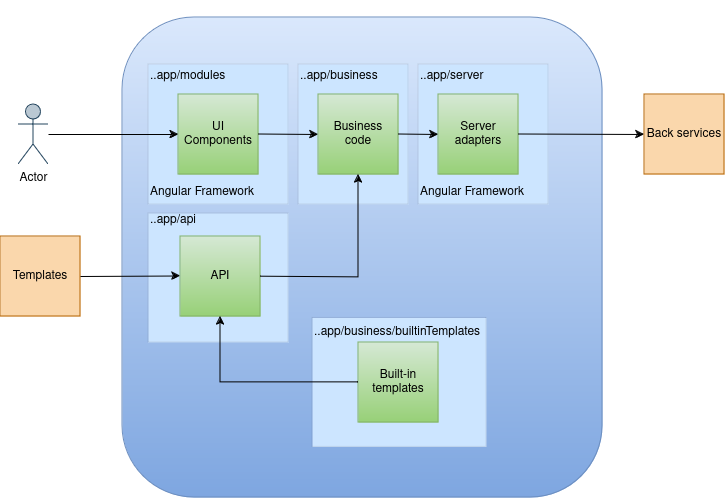
This is documentation/archives/SNAPSHOT/images/SoftwareArchitecture-UI.png from opfab/opfab.github.io, a draw.io export, as it was before one commit. Source tidied: cells renumbered, new cells last; positions are measured from the earlier drawing's top-left corner, leaving out a move shared by most shapes. Source of this version:
```xml
<mxGraphModel>
  <root>
    <mxCell id="0" />
    <mxCell id="1" parent="0" />
    <mxCell id="2" value="&lt;div align=&quot;right&quot;&gt;&lt;br&gt;&lt;/div&gt;" style="whiteSpace=wrap;html=1;labelPosition=center;verticalLabelPosition=top;align=center;verticalAlign=bottom;fillColor=#dae8fc;strokeColor=#6c8ebf;rounded=1;gradientColor=#7ea6e0;" parent="1" vertex="1">
      <mxGeometry x="122" width="480" height="480" as="geometry" />
    </mxCell>
    <mxCell id="3" value="&lt;div&gt;..app/business/builtinTemplates&lt;/div&gt;&lt;div&gt;&lt;br&gt;&lt;/div&gt;&lt;div&gt;&lt;br&gt;&lt;/div&gt;&lt;div&gt;&lt;br&gt;&lt;/div&gt;&lt;div&gt;&lt;br&gt;&lt;/div&gt;&lt;div&gt;&lt;br&gt;&lt;/div&gt;&lt;div&gt;&lt;br&gt;&lt;/div&gt;&lt;div&gt;&lt;br&gt;&lt;/div&gt;" style="rounded=0;whiteSpace=wrap;html=1;fillColor=#cce5ff;strokeWidth=0;strokeColor=#36393d;align=left;" parent="1" vertex="1">
      <mxGeometry x="312" y="300.5" width="174" height="129" as="geometry" />
    </mxCell>
    <mxCell id="4" value="&lt;div&gt;..app/api &lt;br&gt;&lt;/div&gt;&lt;div&gt;&lt;br&gt;&lt;/div&gt;&lt;div&gt;&lt;br&gt;&lt;/div&gt;&lt;div&gt;&lt;br&gt;&lt;/div&gt;&lt;div&gt;&lt;br&gt;&lt;/div&gt;&lt;div&gt;&lt;br&gt;&lt;/div&gt;&lt;div&gt;&lt;br&gt;&lt;/div&gt;&lt;div&gt;&lt;br&gt;&lt;/div&gt;&lt;div&gt;&lt;br&gt;&lt;/div&gt;" style="rounded=0;whiteSpace=wrap;html=1;fillColor=#cce5ff;strokeWidth=0;strokeColor=#36393d;align=left;" parent="1" vertex="1">
      <mxGeometry x="148" y="196" width="140" height="129" as="geometry" />
    </mxCell>
    <mxCell id="5" value="&lt;div&gt;..app/business &lt;br&gt;&lt;/div&gt;&lt;div&gt;&lt;br&gt;&lt;/div&gt;&lt;div&gt;&lt;br&gt;&lt;/div&gt;&lt;div&gt;&lt;br&gt;&lt;/div&gt;&lt;div&gt;&lt;br&gt;&lt;/div&gt;&lt;div&gt;&lt;br&gt;&lt;/div&gt;&lt;div&gt;&lt;br&gt;&lt;/div&gt;&lt;div&gt;&lt;br&gt;&lt;/div&gt;&lt;div&gt;&lt;br&gt;&lt;/div&gt;" style="rounded=0;whiteSpace=wrap;html=1;fillColor=#cce5ff;strokeWidth=0;strokeColor=#36393d;align=left;" parent="1" vertex="1">
      <mxGeometry x="298" y="47" width="110" height="140" as="geometry" />
    </mxCell>
    <mxCell id="6" value="&lt;div&gt;..app/server &lt;br&gt;&lt;/div&gt;&lt;div&gt;&lt;br&gt;&lt;/div&gt;&lt;div&gt;&lt;br&gt;&lt;/div&gt;&lt;div&gt;&lt;br&gt;&lt;/div&gt;&lt;div&gt;&lt;br&gt;&lt;/div&gt;&lt;div&gt;&lt;br&gt;&lt;/div&gt;&lt;div&gt;&lt;br&gt;&lt;/div&gt;&lt;div&gt;&lt;br&gt;&lt;/div&gt;&lt;div&gt;Angular Framework&lt;/div&gt;" style="rounded=0;whiteSpace=wrap;html=1;fillColor=#cce5ff;strokeWidth=0;strokeColor=#36393d;align=left;" parent="1" vertex="1">
      <mxGeometry x="418" y="47" width="130" height="140" as="geometry" />
    </mxCell>
    <mxCell id="7" value="&lt;div&gt;..app/modules &lt;br&gt;&lt;/div&gt;&lt;div&gt;&lt;br&gt;&lt;/div&gt;&lt;div&gt;&lt;br&gt;&lt;/div&gt;&lt;div&gt;&lt;br&gt;&lt;/div&gt;&lt;div&gt;&lt;br&gt;&lt;/div&gt;&lt;div&gt;&lt;br&gt;&lt;/div&gt;&lt;div&gt;&lt;br&gt;&lt;/div&gt;&lt;div&gt;&lt;br&gt;&lt;/div&gt;&lt;div&gt;Angular Framework&lt;/div&gt;" style="rounded=0;whiteSpace=wrap;html=1;fillColor=#cce5ff;strokeWidth=0;strokeColor=#36393d;align=left;" parent="1" vertex="1">
      <mxGeometry x="148" y="47" width="140" height="140" as="geometry" />
    </mxCell>
    <mxCell id="8" value="Business code" style="whiteSpace=wrap;html=1;fillColor=#d5e8d4;strokeColor=#82b366;gradientColor=#97d077;" parent="1" vertex="1">
      <mxGeometry x="318" y="77" width="80" height="80" as="geometry" />
    </mxCell>
    <mxCell id="9" value="&lt;div&gt;Server adapters&lt;/div&gt;" style="whiteSpace=wrap;html=1;fillColor=#d5e8d4;strokeColor=#82b366;gradientColor=#97d077;" parent="1" vertex="1">
      <mxGeometry x="438" y="77" width="80" height="80" as="geometry" />
    </mxCell>
    <mxCell id="10" value="Back services" style="whiteSpace=wrap;html=1;fillColor=#fad7ac;strokeColor=#b46504;" parent="1" vertex="1">
      <mxGeometry x="644" y="77" width="80" height="80" as="geometry" />
    </mxCell>
    <mxCell id="11" value="&lt;div&gt;UI Components&lt;/div&gt;" style="whiteSpace=wrap;html=1;fillColor=#d5e8d4;strokeColor=#82b366;gradientColor=#97d077;" parent="1" vertex="1">
      <mxGeometry x="178" y="77" width="80" height="80" as="geometry" />
    </mxCell>
    <mxCell id="12" value="Actor" style="shape=umlActor;verticalLabelPosition=bottom;verticalAlign=top;html=1;outlineConnect=0;fillColor=#bac8d3;strokeColor=#23445d;" parent="1" vertex="1">
      <mxGeometry x="18" y="87" width="30" height="60" as="geometry" />
    </mxCell>
    <mxCell id="13" style="endArrow=classic;html=1;rounded=0;" parent="1" edge="1" source="12" target="11">
      <mxGeometry relative="1" as="geometry" />
    </mxCell>
    <mxCell id="14" style="endArrow=classic;html=1;rounded=0;" parent="1" edge="1">
      <mxGeometry relative="1" as="geometry">
        <mxPoint x="258" y="116.5" as="sourcePoint" />
        <mxPoint x="318" y="117" as="targetPoint" />
      </mxGeometry>
    </mxCell>
    <mxCell id="15" style="endArrow=classic;html=1;rounded=0;entryX=0;entryY=0.5;entryDx=0;entryDy=0;" parent="1" edge="1" target="9">
      <mxGeometry relative="1" as="geometry">
        <mxPoint x="398" y="116.5" as="sourcePoint" />
      </mxGeometry>
    </mxCell>
    <mxCell id="16" style="endArrow=classic;html=1;rounded=0;entryX=0;entryY=0.5;entryDx=0;entryDy=0;" parent="1" edge="1" target="10">
      <mxGeometry relative="1" as="geometry">
        <mxPoint x="518" y="116.5" as="sourcePoint" />
      </mxGeometry>
    </mxCell>
    <mxCell id="17" value="API " style="whiteSpace=wrap;html=1;fillColor=#d5e8d4;strokeColor=#82b366;gradientColor=#97d077;" parent="1" vertex="1">
      <mxGeometry x="180" y="219" width="80" height="80" as="geometry" />
    </mxCell>
    <mxCell id="18" style="endArrow=classic;html=1;rounded=0;entryX=0.5;entryY=1;entryDx=0;entryDy=0;" parent="1" edge="1" source="17" target="8">
      <mxGeometry relative="1" as="geometry">
        <Array as="points">
          <mxPoint x="358" y="260" />
        </Array>
      </mxGeometry>
    </mxCell>
    <mxCell id="19" value="Templates" style="whiteSpace=wrap;html=1;fillColor=#fad7ac;strokeColor=#b46504;" parent="1" vertex="1">
      <mxGeometry y="219" width="80" height="80" as="geometry" />
    </mxCell>
    <mxCell id="20" style="endArrow=classic;html=1;rounded=0;exitX=1;exitY=0.5;exitDx=0;exitDy=0;" parent="1" edge="1" source="19">
      <mxGeometry relative="1" as="geometry">
        <mxPoint x="180" y="258.5" as="targetPoint" />
      </mxGeometry>
    </mxCell>
    <mxCell id="21" value="Built-in templates" style="whiteSpace=wrap;html=1;fillColor=#d5e8d4;strokeColor=#82b366;gradientColor=#97d077;" parent="1" vertex="1">
      <mxGeometry x="358" y="325" width="80" height="80" as="geometry" />
    </mxCell>
    <mxCell id="22" style="endArrow=classic;html=1;rounded=0;entryX=0.5;entryY=1;entryDx=0;entryDy=0;exitX=0;exitY=0.5;exitDx=0;exitDy=0;" parent="1" edge="1" source="21" target="17">
      <mxGeometry relative="1" as="geometry">
        <Array as="points">
          <mxPoint x="220" y="365" />
        </Array>
      </mxGeometry>
    </mxCell>
  </root>
</mxGraphModel>
```
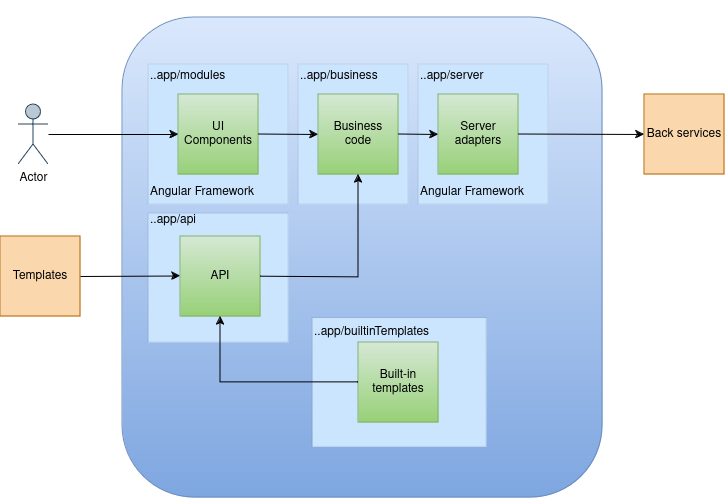
After the change.

The edit, as a diff of the source:
```diff
@@ -5,7 +5,7 @@
     <mxCell id="2" value="&lt;div align=&quot;right&quot;&gt;&lt;br&gt;&lt;/div&gt;" style="whiteSpace=wrap;html=1;labelPosition=center;verticalLabelPosition=top;align=center;verticalAlign=bottom;fillColor=#dae8fc;strokeColor=#6c8ebf;rounded=1;gradientColor=#7ea6e0;" parent="1" vertex="1">
       <mxGeometry x="122" width="480" height="480" as="geometry" />
     </mxCell>
-    <mxCell id="3" value="&lt;div&gt;..app/business/builtinTemplates&lt;/div&gt;&lt;div&gt;&lt;br&gt;&lt;/div&gt;&lt;div&gt;&lt;br&gt;&lt;/div&gt;&lt;div&gt;&lt;br&gt;&lt;/div&gt;&lt;div&gt;&lt;br&gt;&lt;/div&gt;&lt;div&gt;&lt;br&gt;&lt;/div&gt;&lt;div&gt;&lt;br&gt;&lt;/div&gt;&lt;div&gt;&lt;br&gt;&lt;/div&gt;" style="rounded=0;whiteSpace=wrap;html=1;fillColor=#cce5ff;strokeWidth=0;strokeColor=#36393d;align=left;" parent="1" vertex="1">
+    <mxCell id="3" value="&lt;div&gt;..app/builtinTemplates&lt;/div&gt;&lt;div&gt;&lt;br&gt;&lt;/div&gt;&lt;div&gt;&lt;br&gt;&lt;/div&gt;&lt;div&gt;&lt;br&gt;&lt;/div&gt;&lt;div&gt;&lt;br&gt;&lt;/div&gt;&lt;div&gt;&lt;br&gt;&lt;/div&gt;&lt;div&gt;&lt;br&gt;&lt;/div&gt;&lt;div&gt;&lt;br&gt;&lt;/div&gt;" style="rounded=0;whiteSpace=wrap;html=1;fillColor=#cce5ff;strokeWidth=0;strokeColor=#36393d;align=left;" parent="1" vertex="1">
       <mxGeometry x="312" y="300.5" width="174" height="129" as="geometry" />
     </mxCell>
     <mxCell id="4" value="&lt;div&gt;..app/api &lt;br&gt;&lt;/div&gt;&lt;div&gt;&lt;br&gt;&lt;/div&gt;&lt;div&gt;&lt;br&gt;&lt;/div&gt;&lt;div&gt;&lt;br&gt;&lt;/div&gt;&lt;div&gt;&lt;br&gt;&lt;/div&gt;&lt;div&gt;&lt;br&gt;&lt;/div&gt;&lt;div&gt;&lt;br&gt;&lt;/div&gt;&lt;div&gt;&lt;br&gt;&lt;/div&gt;&lt;div&gt;&lt;br&gt;&lt;/div&gt;" style="rounded=0;whiteSpace=wrap;html=1;fillColor=#cce5ff;strokeWidth=0;strokeColor=#36393d;align=left;" parent="1" vertex="1">
```
